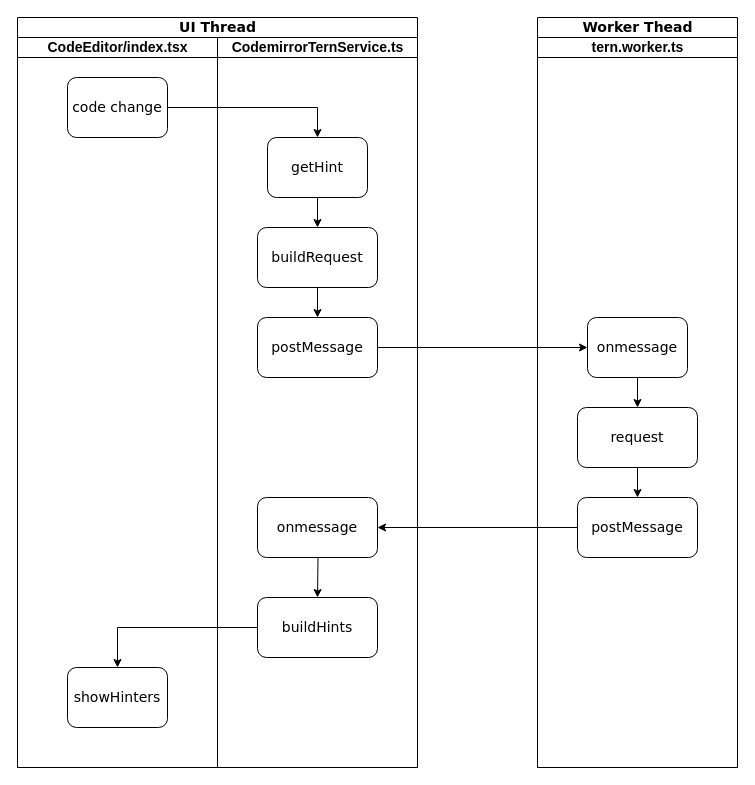
Before: appsmith-autocompletion.drawio in Zsynuting/diagram, a draw.io diagram. Source tidied: cells renumbered, new cells numbered last; positions are measured from the earlier drawing's top-left corner, leaving out a move shared by most shapes. Both pictures are drawn from the tidied source at 100%, with x=0, y=0 at pixel (17, 17).
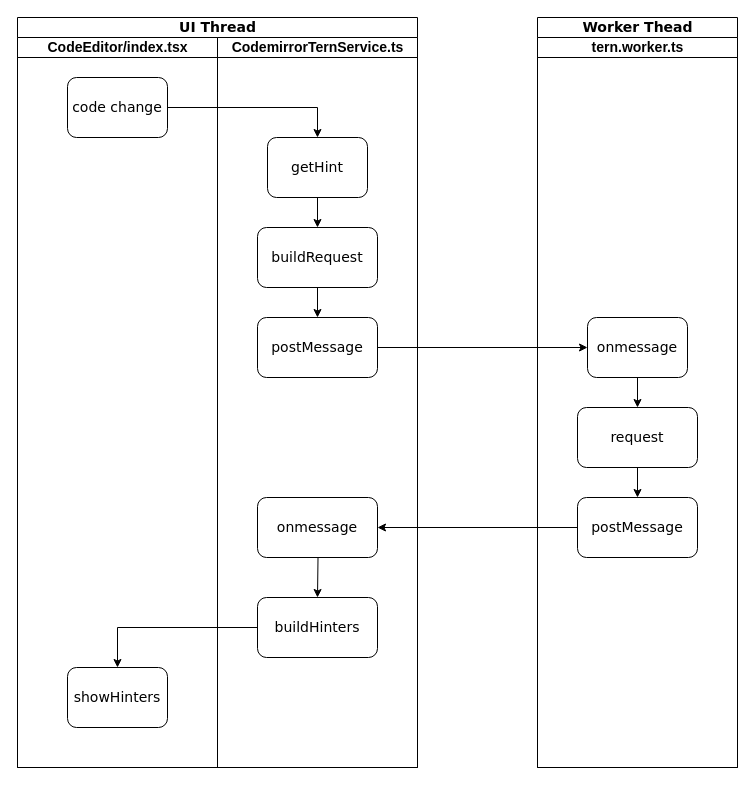
Above is the later version.

Unchanged cells that the change refers to:
```xml
<mxCell id="6" value="CodemirrorTernService.ts" style="swimlane;html=1;startSize=20;fontSize=14;" parent="2" vertex="1">
  <mxGeometry x="200" y="20" width="200" height="730" as="geometry" />
</mxCell>
```

Change to the diagram source:
```diff
@@
-    <mxCell id="14" value="buildHints" style="whiteSpace=wrap;html=1;fontSize=14;fontFamily=Verdana;rounded=1;shadow=0;labelBackgroundColor=none;strokeWidth=1;" parent="6" vertex="1">
+    <mxCell id="14" value="buildHinters" style="whiteSpace=wrap;html=1;fontSize=14;fontFamily=Verdana;rounded=1;shadow=0;labelBackgroundColor=none;strokeWidth=1;" parent="6" vertex="1">
       <mxGeometry x="40" y="560" width="120" height="60" as="geometry" />
     </mxCell>
```
